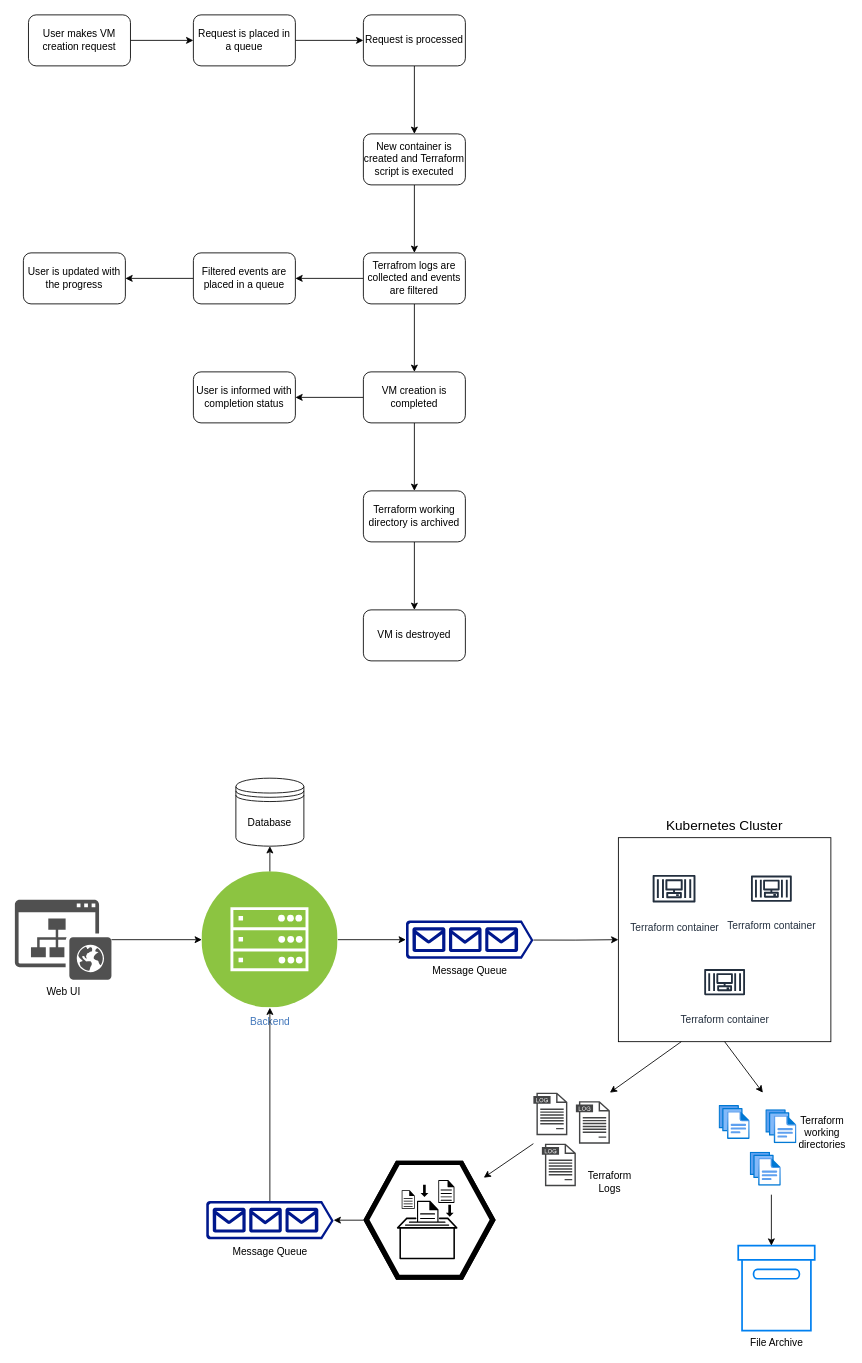
Above: doc/diagrams/VM Creation Diagram.drawio in NAICNO/pages-test (draw.io), before the change. Source tidied: cells renumbered, new cells numbered last; positions are measured from the earlier drawing's top-left corner, leaving out a move shared by most shapes. Both pictures are drawn from the tidied source at 85%, with x=0, y=0 at pixel (14, 14).
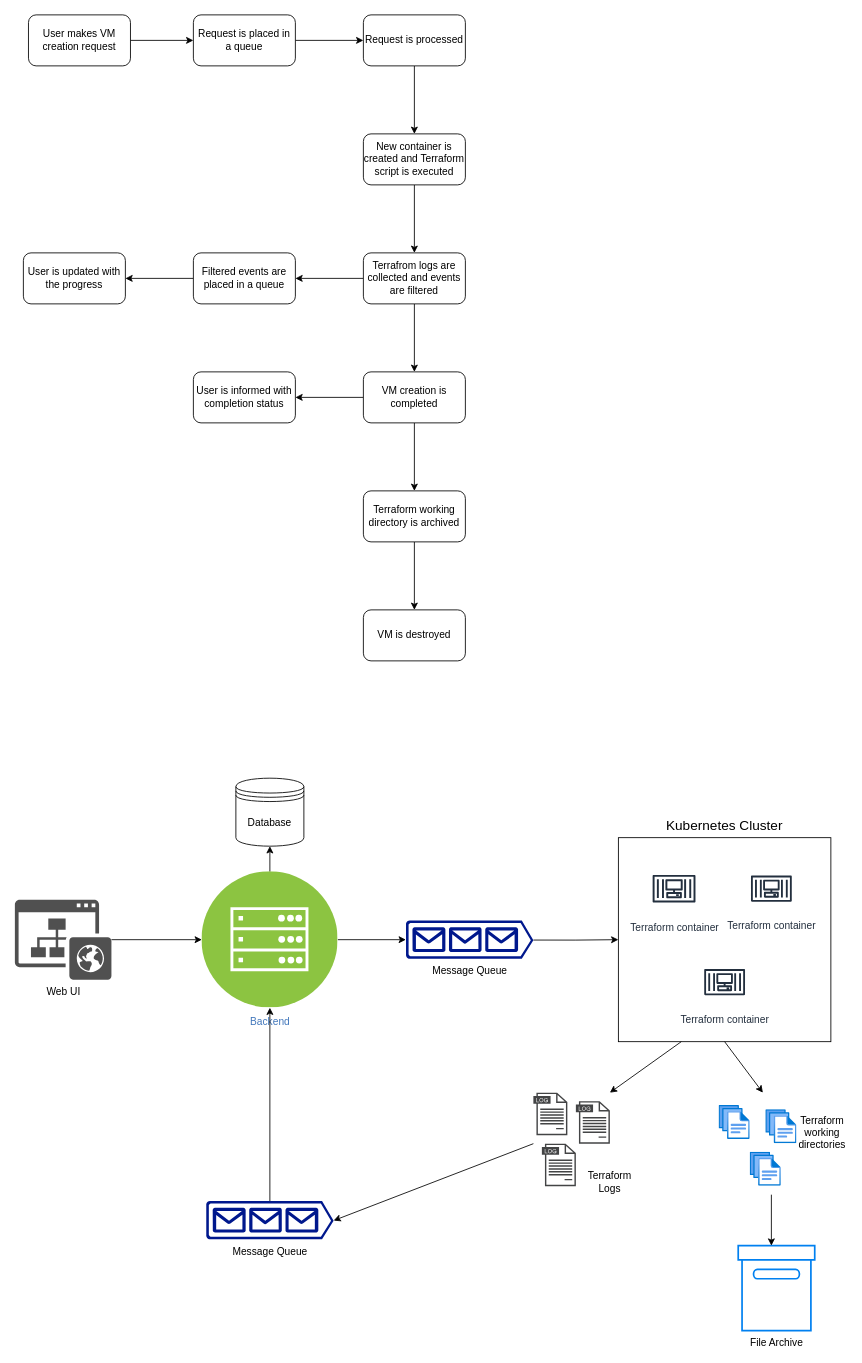
The same page after the edit.

The change refers to these unchanged cells:
```xml
<mxCell id="51" value="Message Queue" style="sketch=0;shadow=0;dashed=0;html=1;strokeColor=none;labelPosition=center;verticalLabelPosition=bottom;verticalAlign=top;align=center;fillColor=#00188D;shape=mxgraph.azure.queue_generic;" parent="1" vertex="1">
  <mxGeometry x="225" y="1395.5" width="150" height="45" as="geometry" />
</mxCell>
```

Diff of the diagram source:
```diff
@@
-    <mxCell id="36" style="verticalLabelPosition=bottom;sketch=0;html=1;fillColor=#000000;strokeColor=#ffffff;verticalAlign=top;align=center;points=[[0,0.5,0],[0.125,0.25,0],[0.25,0,0],[0.5,0,0],[0.75,0,0],[0.875,0.25,0],[1,0.5,0],[0.875,0.75,0],[0.75,1,0],[0.5,1,0],[0.125,0.75,0]];shape=mxgraph.cisco_safe.compositeIcon;bgIcon=mxgraph.cisco_safe.design.blank_device;resIcon=mxgraph.cisco_safe.design.log_collector_2;" parent="1" vertex="1">
-      <mxGeometry x="410" y="1348" width="155.6" height="140" as="geometry" />
-    </mxCell>
@@
-    <mxCell id="41" style="endArrow=classic;html=1;rounded=0;" parent="1" edge="1">
+    <mxCell id="41" style="endArrow=classic;html=1;rounded=0;entryX=1;entryY=0.51;entryDx=0;entryDy=0;entryPerimeter=0;" parent="1" edge="1" target="51">
       <mxGeometry relative="1" as="geometry">
         <mxPoint x="610" y="1328" as="sourcePoint" />
-        <mxPoint x="551.6" y="1368" as="targetPoint" />
       </mxGeometry>
     </mxCell>
@@
-    <mxCell id="52" style="edgeStyle=orthogonalEdgeStyle;rounded=0;jettySize=auto;html=1;exitX=0;exitY=0.5;exitDx=0;exitDy=0;exitPerimeter=0;entryX=1;entryY=0.51;entryDx=0;entryDy=0;entryPerimeter=0;" parent="1" edge="1" source="36" target="51">
-      <mxGeometry relative="1" as="geometry" />
-    </mxCell>
```
